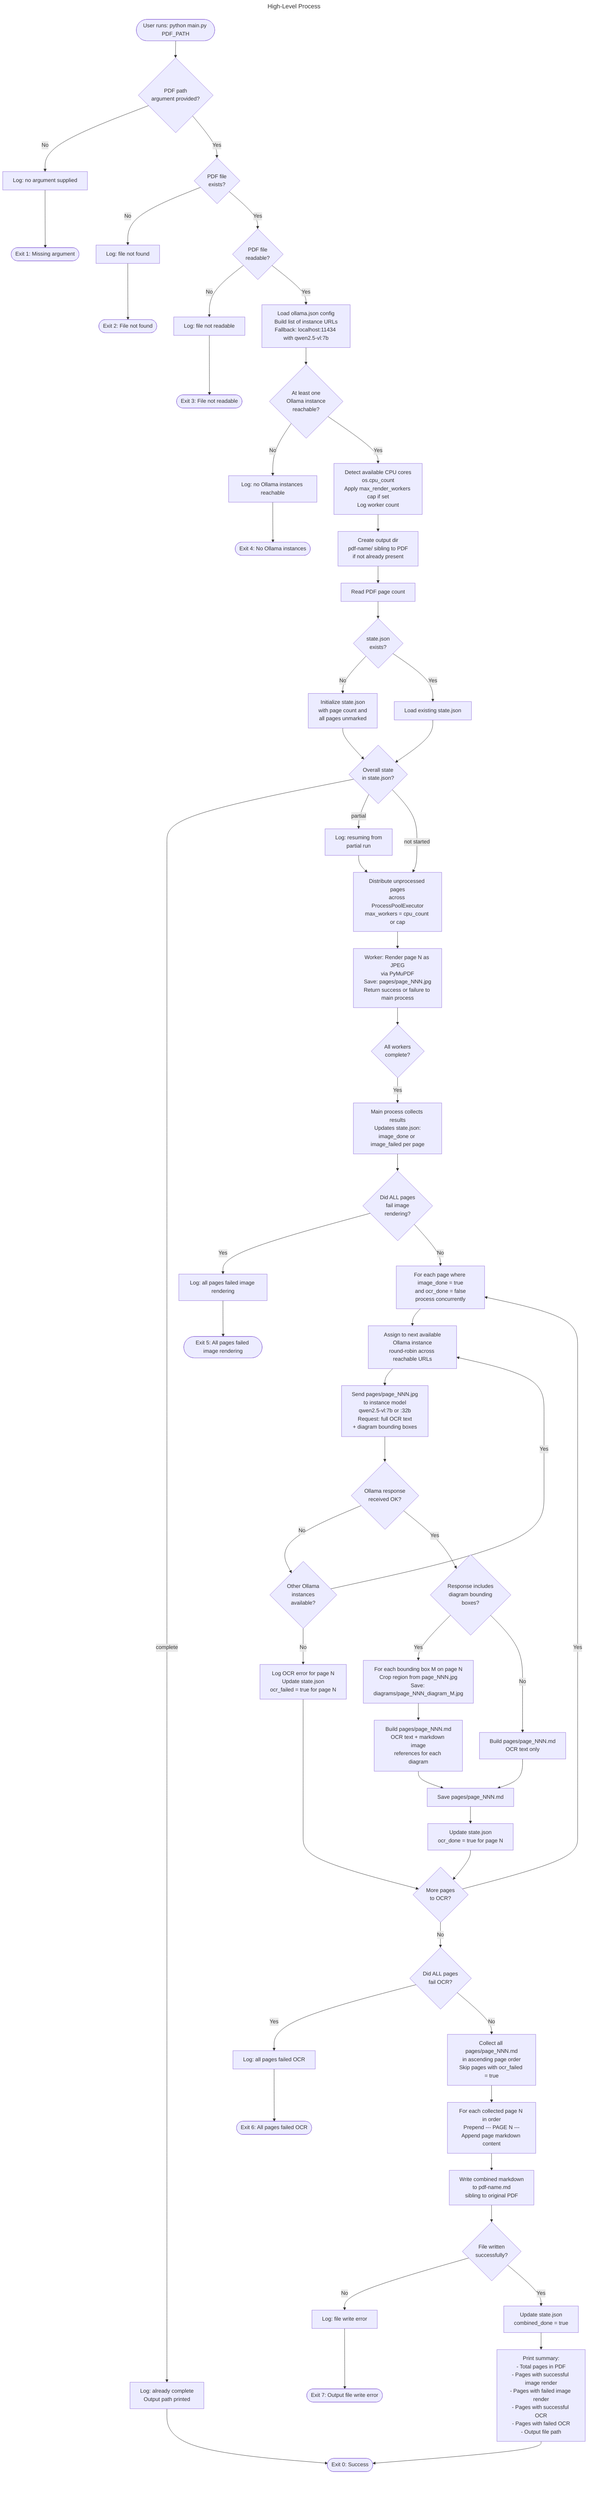
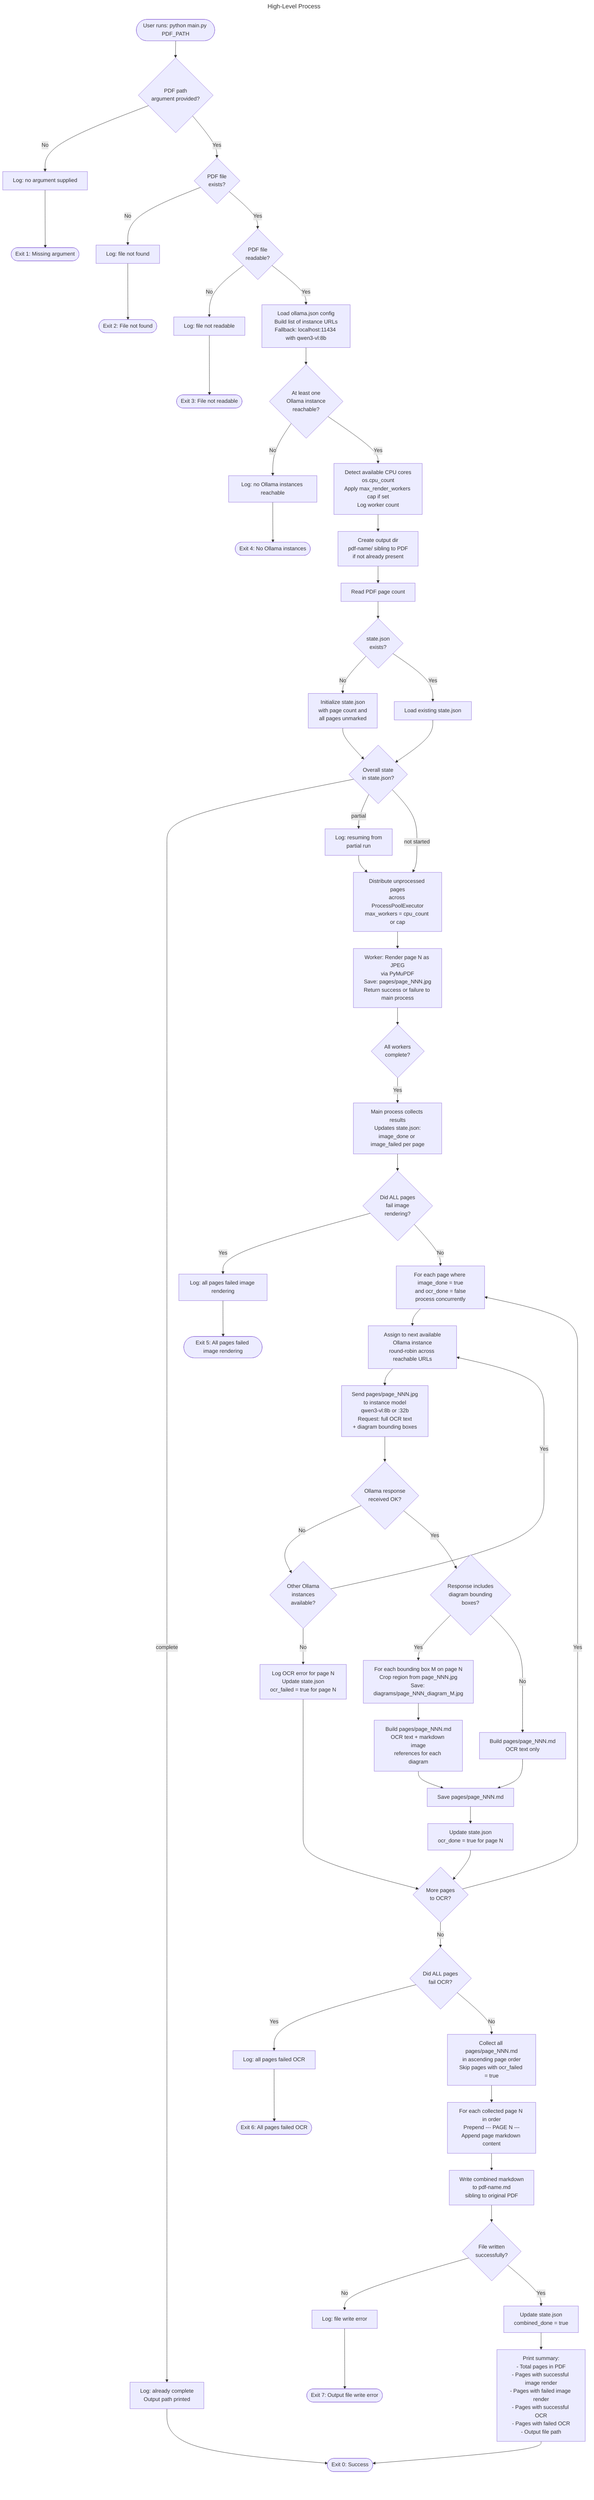
---
title: High-Level Process
---
flowchart TD

    %% ─── PHASE 0: STARTUP ──────────────────────────────────────────────────
    START([User runs: python main.py PDF_PATH]) --> chkArg{PDF path\nargument provided?}
    chkArg -- No --> errNoArg[Log: no argument supplied]
    errNoArg --> EXIT1([Exit 1: Missing argument])

    chkArg -- Yes --> chkExists{PDF file\nexists?}
    chkExists -- No --> errNoFile[Log: file not found]
    errNoFile --> EXIT2([Exit 2: File not found])

    chkExists -- Yes --> chkReadable{PDF file\nreadable?}
    chkReadable -- No --> errNotReadable[Log: file not readable]
    errNotReadable --> EXIT3([Exit 3: File not readable])

-     chkReadable -- Yes --> loadConfig[Load ollama.json config\nBuild list of instance URLs\nFallback: localhost:11434 with qwen2.5-vl:7b]
+     chkReadable -- Yes --> loadConfig[Load ollama.json config\nBuild list of instance URLs\nFallback: localhost:11434 with qwen3-vl:8b]

    loadConfig --> probeOllama{At least one\nOllama instance\nreachable?}
    probeOllama -- No --> errNoOllama[Log: no Ollama instances reachable]
    errNoOllama --> EXIT4([Exit 4: No Ollama instances])

    probeOllama -- Yes --> detectCores[Detect available CPU cores\nos.cpu_count\nApply max_render_workers cap if set\nLog worker count]

    detectCores --> createOutDir[Create output dir\npdf-name/ sibling to PDF\nif not already present]

    createOutDir --> readPages[Read PDF page count]

    readPages --> initState{state.json\nexists?}
    initState -- No --> writeState[Initialize state.json\nwith page count and\nall pages unmarked]
    initState -- Yes --> loadState[Load existing state.json]
    writeState --> chkComplete
    loadState --> chkComplete

    chkComplete{Overall state\nin state.json?}
    chkComplete -- complete --> logDone[Log: already complete\nOutput path printed]
    logDone --> EXIT0([Exit 0: Success])
    chkComplete -- partial --> logResume[Log: resuming from\npartial run]
    logResume --> imgLoop
    chkComplete -- not started --> imgLoop

    %% ─── PHASE 1: IMAGE PROCESSING ─────────────────────────────────────────
    imgLoop[Distribute unprocessed pages\nacross ProcessPoolExecutor\nmax_workers = cpu_count or cap]

    imgLoop --> renderPage[Worker: Render page N as JPEG\nvia PyMuPDF\nSave: pages/page_NNN.jpg\nReturn success or failure to main process]

    renderPage --> imgOk{All workers\ncomplete?}
    imgOk -- Yes --> collectResults[Main process collects results\nUpdates state.json:\nimage_done or image_failed per page]
    collectResults --> chkAllImgFailed

    chkAllImgFailed{Did ALL pages\nfail image\nrendering?}
    chkAllImgFailed -- Yes --> errAllImg[Log: all pages failed image rendering]
    errAllImg --> EXIT5([Exit 5: All pages failed image rendering])
    chkAllImgFailed -- No --> ocrLoop

    %% ─── PHASE 2: OCR PROCESSING ────────────────────────────────────────────
    ocrLoop[For each page where image_done = true\nand ocr_done = false\nprocess concurrently]

    ocrLoop --> assignInstance[Assign to next available\nOllama instance\nround-robin across reachable URLs]

-     assignInstance --> callOllama[Send pages/page_NNN.jpg\nto instance model\nqwen2.5-vl:7b or :32b\nRequest: full OCR text\n+ diagram bounding boxes]
+     assignInstance --> callOllama[Send pages/page_NNN.jpg\nto instance model\nqwen3-vl:8b or :32b\nRequest: full OCR text\n+ diagram bounding boxes]

    callOllama --> ocrOk{Ollama response\nreceived OK?}

    ocrOk -- No --> retryOther{Other Ollama\ninstances\navailable?}
    retryOther -- Yes --> assignInstance
    retryOther -- No --> markOcrFail[Log OCR error for page N\nUpdate state.json\nocr_failed = true for page N]
    markOcrFail --> ocrLoopNext

    ocrOk -- Yes --> chkDiagrams{Response includes\ndiagram bounding\nboxes?}

    chkDiagrams -- Yes --> cropDiagrams[For each bounding box M on page N\nCrop region from page_NNN.jpg\nSave: diagrams/page_NNN_diagram_M.jpg]
    cropDiagrams --> buildPageMd[Build pages/page_NNN.md\nOCR text + markdown image\nreferences for each diagram]

    chkDiagrams -- No --> buildPageMdNoDiagram[Build pages/page_NNN.md\nOCR text only]

    buildPageMd --> savePageMd[Save pages/page_NNN.md]
    buildPageMdNoDiagram --> savePageMd

    savePageMd --> markOcrDone[Update state.json\nocr_done = true for page N]

    markOcrDone --> ocrLoopNext{More pages\nto OCR?}
    ocrLoopNext -- Yes --> ocrLoop
    ocrLoopNext -- No --> chkAllOcrFailed

    chkAllOcrFailed{Did ALL pages\nfail OCR?}
    chkAllOcrFailed -- Yes --> errAllOcr[Log: all pages failed OCR]
    errAllOcr --> EXIT6([Exit 6: All pages failed OCR])
    chkAllOcrFailed -- No --> combinePhase

    %% ─── PHASE 3: COMBINE ───────────────────────────────────────────────────
    combinePhase[Collect all pages/page_NNN.md\nin ascending page order\nSkip pages with ocr_failed = true]

    combinePhase --> mergePages[For each collected page N in order\nPrepend --- PAGE N ---\nAppend page markdown content]

    mergePages --> writeOutput[Write combined markdown\nto pdf-name.md\nsibling to original PDF]

    writeOutput --> writeOk{File written\nsuccessfully?}
    writeOk -- No --> errWrite[Log: file write error]
    errWrite --> EXIT7([Exit 7: Output file write error])

    writeOk -- Yes --> markCombined[Update state.json\ncombined_done = true]

    %% ─── SUMMARY ────────────────────────────────────────────────────────────
    markCombined --> printSummary[Print summary:\n- Total pages in PDF\n- Pages with successful image render\n- Pages with failed image render\n- Pages with successful OCR\n- Pages with failed OCR\n- Output file path]

    printSummary --> EXIT0
